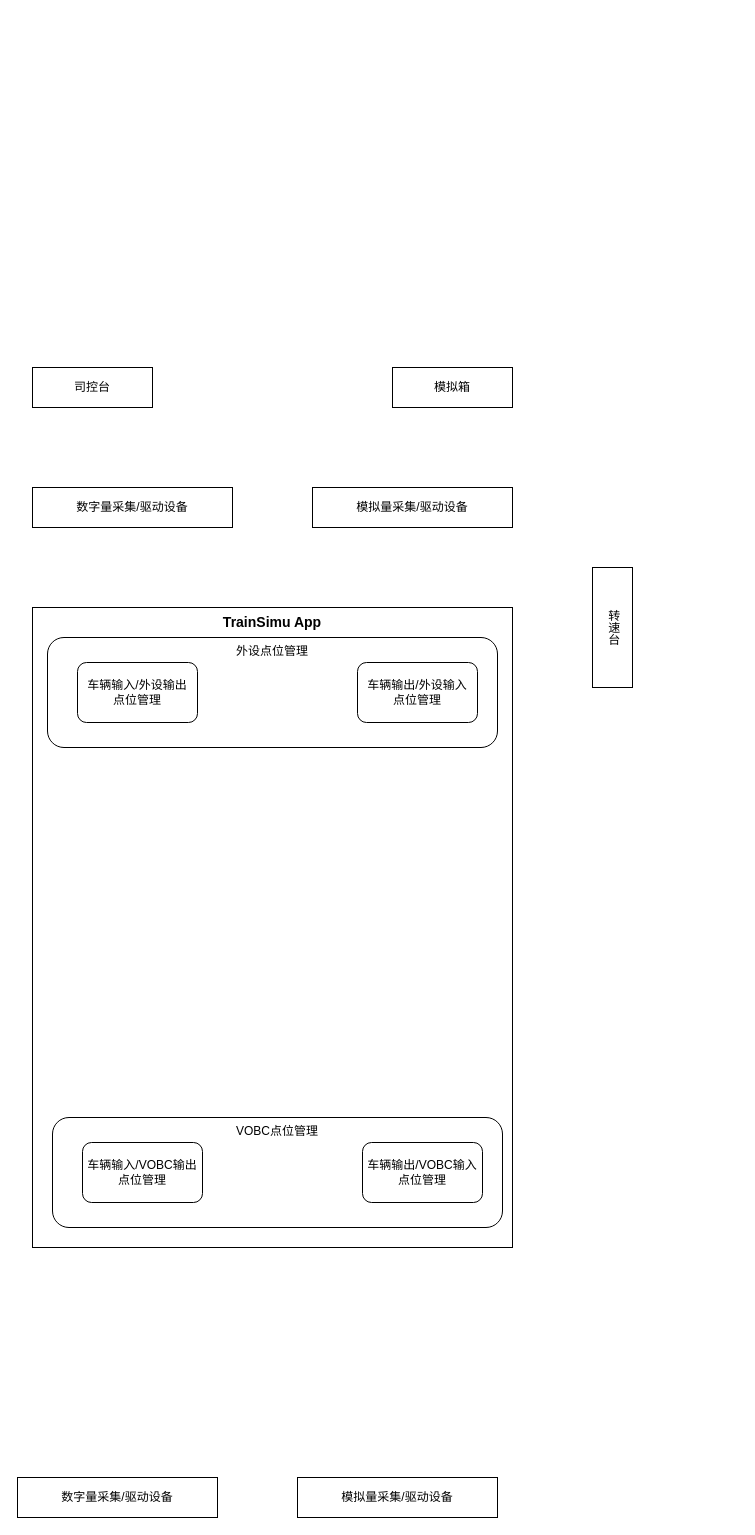
Above: Train-Simu-Design.drawio in how-chwong/nug (draw.io), before the change. Source tidied: cells renumbered, new cells numbered last; positions are measured from the earlier drawing's top-left corner, leaving out a move shared by most shapes. Both pictures are drawn from the tidied source at 100%, with x=0, y=0 at pixel (17, 367).
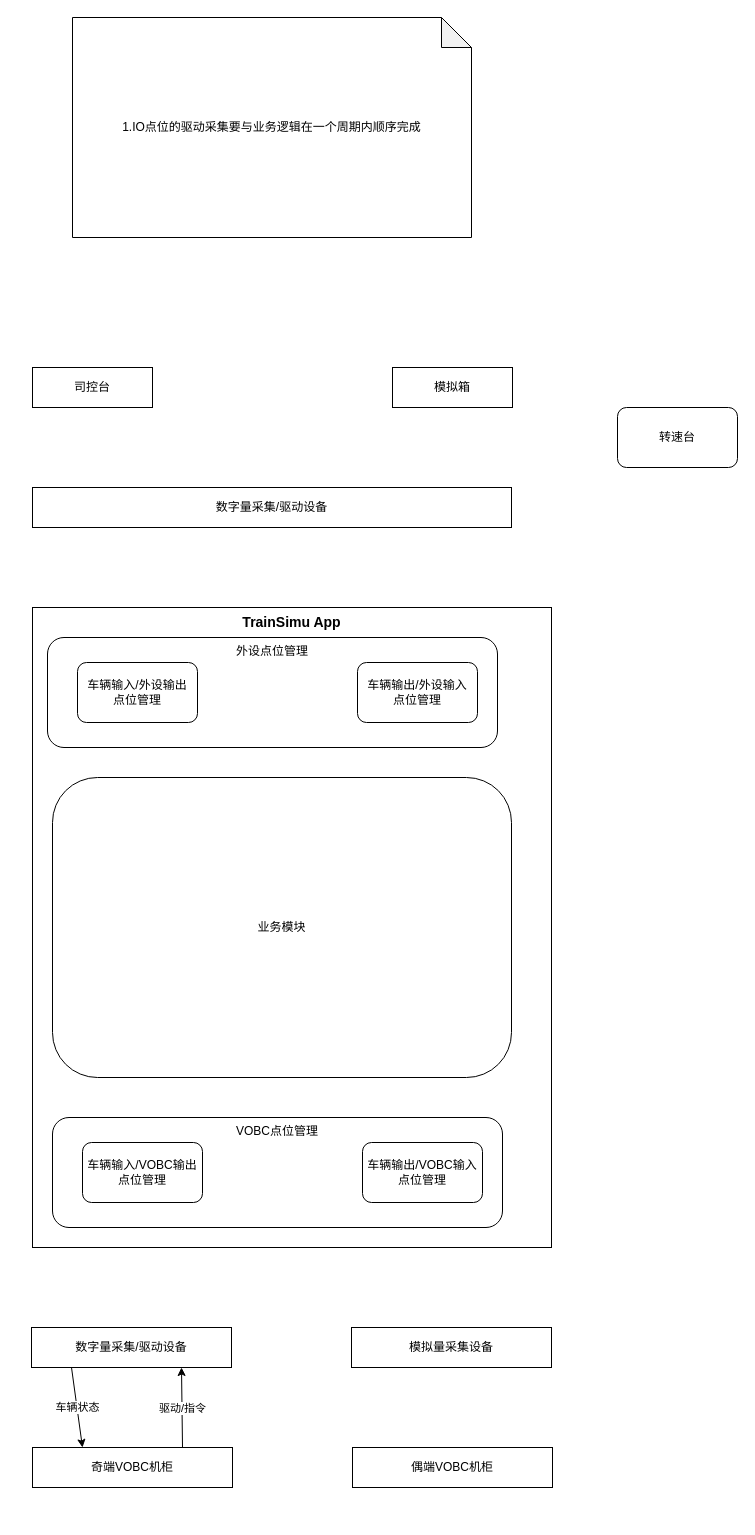
The same page after the edit.

The edit, as a diff of the source:
```diff
@@
     <mxCell id="4" value="数字量采集/驱动设备" style="rounded=0;whiteSpace=wrap;html=1;" parent="1" vertex="1">
-      <mxGeometry x="15" y="120" width="200" height="40" as="geometry" />
+      <mxGeometry x="15" y="120" width="479" height="40" as="geometry" />
     </mxCell>
     <mxCell id="5" value="TrainSimu App" style="rounded=0;whiteSpace=wrap;html=1;horizontal=1;verticalAlign=top;fontStyle=1;fontSize=14;" parent="1" vertex="1">
-      <mxGeometry x="15" y="240" width="480" height="640" as="geometry" />
+      <mxGeometry x="15" y="240" width="519" height="640" as="geometry" />
     </mxCell>
-    <mxCell id="6" value="模拟量采集/驱动设备" style="rounded=0;whiteSpace=wrap;html=1;" parent="1" vertex="1">
-      <mxGeometry x="295" y="120" width="200" height="40" as="geometry" />
-    </mxCell>
     <mxCell id="7" value="数字量采集/驱动设备" style="rounded=0;whiteSpace=wrap;html=1;" parent="1" vertex="1">
-      <mxGeometry y="1110" width="200" height="40" as="geometry" />
+      <mxGeometry x="14" y="960" width="200" height="40" as="geometry" />
     </mxCell>
-    <mxCell id="8" value="模拟量采集/驱动设备" style="rounded=0;whiteSpace=wrap;html=1;" parent="1" vertex="1">
-      <mxGeometry x="280" y="1110" width="200" height="40" as="geometry" />
+    <mxCell id="8" value="模拟量采集设备" style="rounded=0;whiteSpace=wrap;html=1;" parent="1" vertex="1">
+      <mxGeometry x="334" y="960" width="200" height="40" as="geometry" />
     </mxCell>
-    <mxCell id="9" value="转速台" style="rounded=0;whiteSpace=wrap;html=1;horizontal=1;textDirection=vertical-rl;" parent="1" vertex="1">
-      <mxGeometry x="575" y="200" width="40" height="120" as="geometry" />
-    </mxCell>
@@
+    <mxCell id="9" value="转速台" style="rounded=1;whiteSpace=wrap;html=1;" parent="1" vertex="1">
+      <mxGeometry x="600" y="40" width="120" height="60" as="geometry" />
+    </mxCell>
+    <mxCell id="18" value="奇端VOBC机柜" style="rounded=0;whiteSpace=wrap;html=1;" parent="1" vertex="1">
+      <mxGeometry x="15" y="1080" width="200" height="40" as="geometry" />
+    </mxCell>
+    <mxCell id="19" value="偶端VOBC机柜" style="rounded=0;whiteSpace=wrap;html=1;" parent="1" vertex="1">
+      <mxGeometry x="335" y="1080" width="200" height="40" as="geometry" />
+    </mxCell>
+    <mxCell id="20" style="endArrow=classic;html=1;rounded=0;exitX=0.75;exitY=0;exitDx=0;exitDy=0;entryX=0.75;entryY=1;entryDx=0;entryDy=0;" parent="1" edge="1" source="18" target="7">
+      <mxGeometry relative="1" as="geometry" />
+    </mxCell>
+    <mxCell id="21" value="驱动/指令" style="edgeLabel;html=1;align=center;verticalAlign=middle;" parent="20" vertex="1">
+      <mxGeometry relative="1" as="geometry" />
+    </mxCell>
+    <mxCell id="22" style="endArrow=classic;html=1;rounded=0;exitX=0.2;exitY=1;exitDx=0;exitDy=0;exitPerimeter=0;entryX=0.25;entryY=0;entryDx=0;entryDy=0;" parent="1" edge="1" source="7" target="18">
+      <mxGeometry relative="1" as="geometry" />
+    </mxCell>
+    <mxCell id="23" value="车辆状态" style="edgeLabel;html=1;align=center;verticalAlign=middle;" parent="22" vertex="1">
+      <mxGeometry relative="1" as="geometry" />
+    </mxCell>
+    <mxCell id="24" value="业务模块" style="rounded=1;whiteSpace=wrap;html=1;" parent="1" vertex="1">
+      <mxGeometry x="35" y="410" width="459" height="300" as="geometry" />
+    </mxCell>
+    <mxCell id="25" value="1.IO点位的驱动采集要与业务逻辑在一个周期内顺序完成" style="shape=note;whiteSpace=wrap;html=1;backgroundOutline=1;darkOpacity=0.05;" parent="1" vertex="1">
+      <mxGeometry x="55" y="-350" width="399" height="220" as="geometry" />
+    </mxCell>
```
